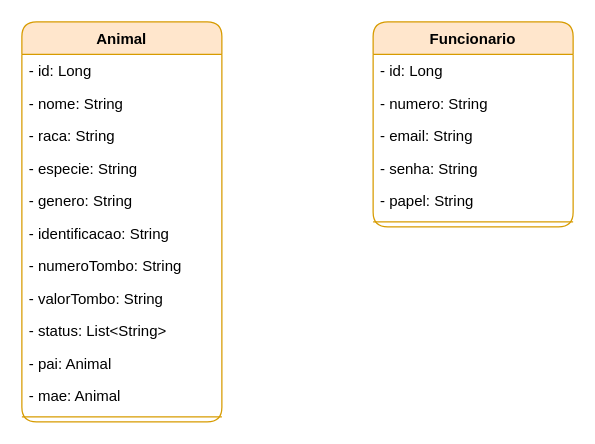
Before: page "Diagrama de Classes" (2 of 3) of backend/docs/Diagramas - SystemPasto.drawio in VitorPaulinoG/SystemPasto, a draw.io diagram. Source tidied: cells renumbered, new cells numbered last; positions are measured from the earlier drawing's top-left corner, leaving out a move shared by most shapes. Both pictures are drawn from the tidied source at 125%, with x=0, y=0 at pixel (21, 21).
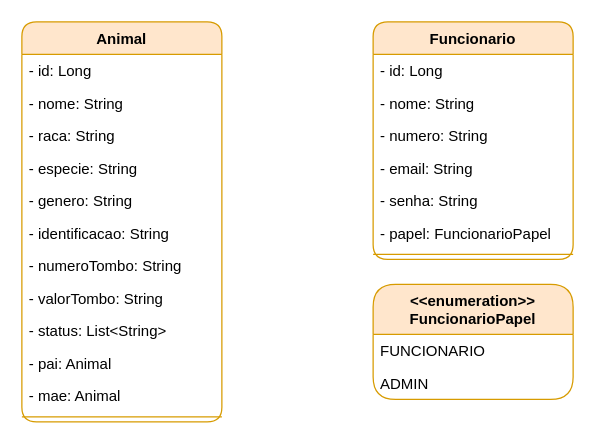
The same page after the edit.

Commit message (it also covers changes not shown here):
Adiciona entidade Funcionario

Diff of the diagram source:
```diff
@@
     <mxCell id="15" value="Funcionario" style="swimlane;fontStyle=1;align=center;verticalAlign=top;horizontal=1;startSize=26;whiteSpace=wrap;html=1;fillColor=#ffe6cc;strokeColor=#d79b00;rounded=1;" parent="1" vertex="1">
-      <mxGeometry x="281" width="160" height="164" as="geometry" />
+      <mxGeometry x="281" width="160" height="190" as="geometry" />
     </mxCell>
@@
+    <mxCell id="22" value="- nome: String" style="text;strokeColor=none;fillColor=none;align=left;verticalAlign=top;spacingLeft=4;spacingRight=4;overflow=hidden;whiteSpace=wrap;html=1;rounded=1;" parent="15" vertex="1">
+      <mxGeometry y="52" width="160" height="26" as="geometry" />
+    </mxCell>
     <mxCell id="17" value="- numero: String" style="text;strokeColor=none;fillColor=none;align=left;verticalAlign=top;spacingLeft=4;spacingRight=4;overflow=hidden;whiteSpace=wrap;html=1;rounded=1;" parent="15" vertex="1">
-      <mxGeometry y="52" width="160" height="26" as="geometry" />
+      <mxGeometry y="78" width="160" height="26" as="geometry" />
     </mxCell>
     <mxCell id="18" value="- email: String" style="text;strokeColor=none;fillColor=none;align=left;verticalAlign=top;spacingLeft=4;spacingRight=4;overflow=hidden;whiteSpace=wrap;html=1;rounded=1;" parent="15" vertex="1">
-      <mxGeometry y="78" width="160" height="26" as="geometry" />
+      <mxGeometry y="104" width="160" height="26" as="geometry" />
     </mxCell>
     <mxCell id="19" value="- senha: String" style="text;strokeColor=none;fillColor=none;align=left;verticalAlign=top;spacingLeft=4;spacingRight=4;overflow=hidden;whiteSpace=wrap;html=1;rounded=1;" parent="15" vertex="1">
-      <mxGeometry y="104" width="160" height="26" as="geometry" />
+      <mxGeometry y="130" width="160" height="26" as="geometry" />
     </mxCell>
-    <mxCell id="20" value="- papel: String" style="text;strokeColor=none;fillColor=none;align=left;verticalAlign=top;spacingLeft=4;spacingRight=4;overflow=hidden;whiteSpace=wrap;html=1;rounded=1;" parent="15" vertex="1">
-      <mxGeometry y="130" width="160" height="26" as="geometry" />
+    <mxCell id="20" value="- papel: FuncionarioPapel" style="text;strokeColor=none;fillColor=none;align=left;verticalAlign=top;spacingLeft=4;spacingRight=4;overflow=hidden;whiteSpace=wrap;html=1;rounded=1;" parent="15" vertex="1">
+      <mxGeometry y="156" width="160" height="26" as="geometry" />
     </mxCell>
     <mxCell id="21" style="line;strokeWidth=1;fillColor=none;align=left;verticalAlign=middle;spacingTop=-1;spacingLeft=3;spacingRight=3;labelPosition=right;strokeColor=inherit;" parent="15" vertex="1">
-      <mxGeometry y="156" width="160" height="8" as="geometry" />
+      <mxGeometry y="182" width="160" height="8" as="geometry" />
     </mxCell>
+    <mxCell id="23" value="&amp;lt;&amp;lt;enumeration&amp;gt;&amp;gt;&lt;br&gt;FuncionarioPapel" style="swimlane;fontStyle=1;align=center;verticalAlign=top;horizontal=1;startSize=40;whiteSpace=wrap;html=1;fillColor=#ffe6cc;strokeColor=#d79b00;rounded=1;" parent="1" vertex="1">
+      <mxGeometry x="281" y="210" width="160" height="92" as="geometry" />
+    </mxCell>
+    <mxCell id="24" value="FUNCIONARIO" style="text;strokeColor=none;fillColor=none;align=left;verticalAlign=top;spacingLeft=4;spacingRight=4;overflow=hidden;whiteSpace=wrap;html=1;" parent="23" vertex="1">
+      <mxGeometry y="40" width="160" height="26" as="geometry" />
+    </mxCell>
+    <mxCell id="25" value="ADMIN" style="text;strokeColor=none;fillColor=none;align=left;verticalAlign=top;spacingLeft=4;spacingRight=4;overflow=hidden;whiteSpace=wrap;html=1;rounded=1;" parent="23" vertex="1">
+      <mxGeometry y="66" width="160" height="26" as="geometry" />
+    </mxCell>
```
